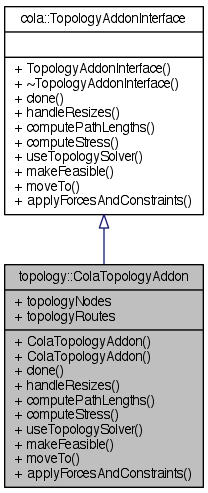
Earlier version of the Graphviz export documentation/classtopology_1_1ColaTopologyAddon__inherit__graph.png (mjwybrow/adaptagrams). Its source is kept beside it as documentation/classtopology_1_1ColaTopologyAddon__inherit__graph.dot. Its diagram source:
```dot
digraph "topology::ColaTopologyAddon"
{
  edge [fontname="Helvetica",fontsize="10",labelfontname="Helvetica",labelfontsize="10"];
  node [fontname="Helvetica",fontsize="10",shape=record];
  Node1 [label="{topology::ColaTopologyAddon\n|+ topologyNodes\l+ topologyRoutes\l|+ ColaTopologyAddon()\l+ ColaTopologyAddon()\l+ clone()\l+ handleResizes()\l+ computePathLengths()\l+ computeStress()\l+ useTopologySolver()\l+ makeFeasible()\l+ moveTo()\l+ applyForcesAndConstraints()\l}",height=0.2,width=0.4,color="black", fillcolor="grey75", style="filled" fontcolor="black"];
  Node2 -> Node1 [dir="back",color="midnightblue",fontsize="10",style="solid",arrowtail="onormal",fontname="Helvetica"];
  Node2 [label="{cola::TopologyAddonInterface\n||+ TopologyAddonInterface()\l+ ~TopologyAddonInterface()\l+ clone()\l+ handleResizes()\l+ computePathLengths()\l+ computeStress()\l+ useTopologySolver()\l+ makeFeasible()\l+ moveTo()\l+ applyForcesAndConstraints()\l}",height=0.2,width=0.4,color="black", fillcolor="white", style="filled",URL="$classcola_1_1TopologyAddonInterface.html",tooltip="Interface for writing COLA addons to handle topology preserving layout."];
}
```
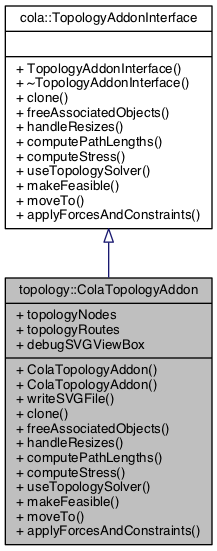
After the change.

What changed in the source:
```diff
@@ -2,7 +2,7 @@
 {
   edge [fontname="Helvetica",fontsize="10",labelfontname="Helvetica",labelfontsize="10"];
   node [fontname="Helvetica",fontsize="10",shape=record];
-  Node1 [label="{topology::ColaTopologyAddon\n|+ topologyNodes\l+ topologyRoutes\l|+ ColaTopologyAddon()\l+ ColaTopologyAddon()\l+ clone()\l+ handleResizes()\l+ computePathLengths()\l+ computeStress()\l+ useTopologySolver()\l+ makeFeasible()\l+ moveTo()\l+ applyForcesAndConstraints()\l}",height=0.2,width=0.4,color="black", fillcolor="grey75", style="filled" fontcolor="black"];
+  Node1 [label="{topology::ColaTopologyAddon\n|+ topologyNodes\l+ topologyRoutes\l+ debugSVGViewBox\l|+ ColaTopologyAddon()\l+ ColaTopologyAddon()\l+ writeSVGFile()\l+ clone()\l+ freeAssociatedObjects()\l+ handleResizes()\l+ computePathLengths()\l+ computeStress()\l+ useTopologySolver()\l+ makeFeasible()\l+ moveTo()\l+ applyForcesAndConstraints()\l}",height=0.2,width=0.4,color="black", fillcolor="grey75", style="filled", fontcolor="black"];
   Node2 -> Node1 [dir="back",color="midnightblue",fontsize="10",style="solid",arrowtail="onormal",fontname="Helvetica"];
-  Node2 [label="{cola::TopologyAddonInterface\n||+ TopologyAddonInterface()\l+ ~TopologyAddonInterface()\l+ clone()\l+ handleResizes()\l+ computePathLengths()\l+ computeStress()\l+ useTopologySolver()\l+ makeFeasible()\l+ moveTo()\l+ applyForcesAndConstraints()\l}",height=0.2,width=0.4,color="black", fillcolor="white", style="filled",URL="$classcola_1_1TopologyAddonInterface.html",tooltip="Interface for writing COLA addons to handle topology preserving layout."];
+  Node2 [label="{cola::TopologyAddonInterface\n||+ TopologyAddonInterface()\l+ ~TopologyAddonInterface()\l+ clone()\l+ freeAssociatedObjects()\l+ handleResizes()\l+ computePathLengths()\l+ computeStress()\l+ useTopologySolver()\l+ makeFeasible()\l+ moveTo()\l+ applyForcesAndConstraints()\l}",height=0.2,width=0.4,color="black", fillcolor="white", style="filled",URL="$classcola_1_1TopologyAddonInterface.html",tooltip="Interface for writing COLA addons to handle topology preserving layout. "];
 }
```
